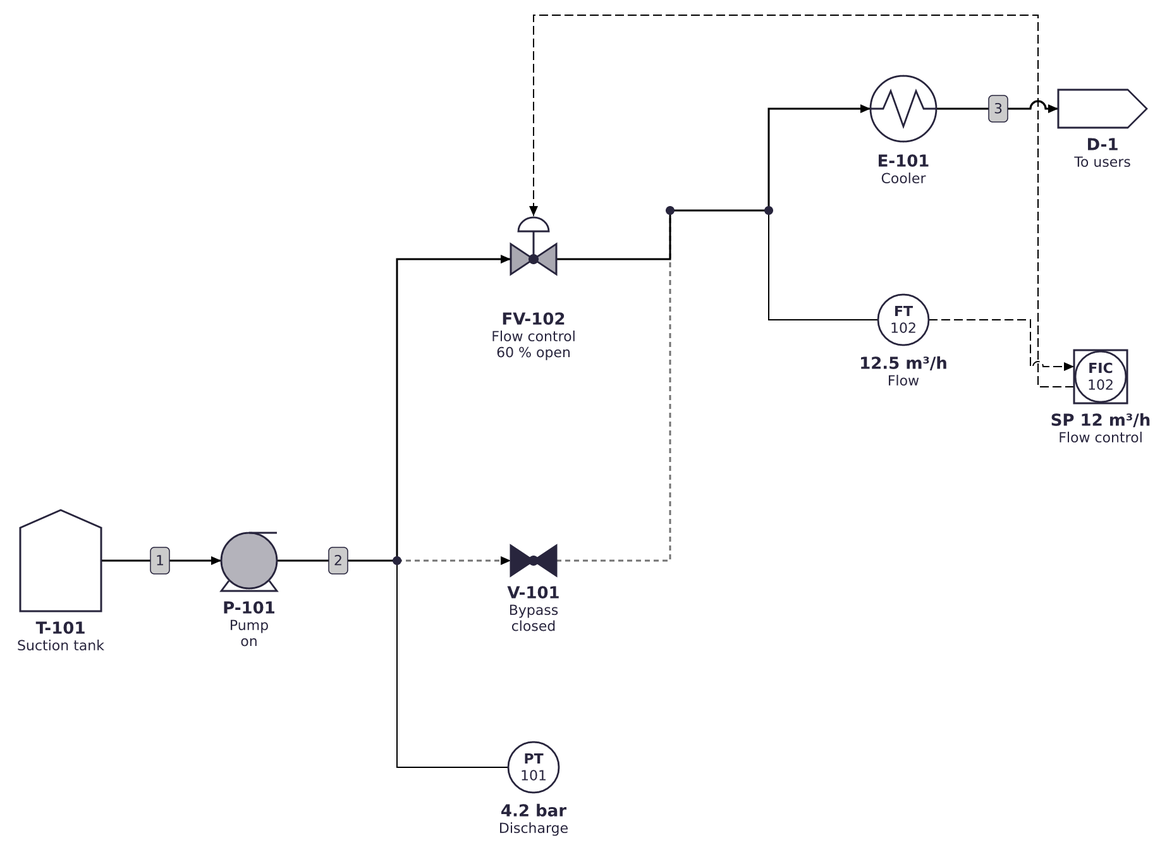
NdS-Research-Facilities/pid keeps this Mermaid diagram as docs/images/junctions.png. Above is the earlier version. Its source is kept beside it as examples/junctions.mmd. Source of this version:
```mermaid
pid LR
  title Pump bypass with pipe-mounted instruments
  T-101: tank "Suction tank"
  P-101: pump "Pump" = on
  J-1: tee
  J-2: tee
  J-3: tee
  V-101: valve globe "Bypass" = closed
  FV-102: valve globe "Flow control" = 60%
  E-101: exchanger "Cooler"
  D-1: product "To users"
  PT-101: instrument "Discharge" = 4.2 bar
  FT-102: instrument "Flow" = 12.5 m³/h
  FIC-102: instrument dcs "Flow control" = SP 12 m³/h

  T-101 -->|1| P-101 -->|2| J-1 --> FV-102 --> J-2 --> J-3 --> E-101 -->|3| D-1
  J-1 --> V-101 --> J-2

  J-1 --- PT-101
  J-3 --- FT-102
  FT-102 -.-> FIC-102 -.-> FV-102
```
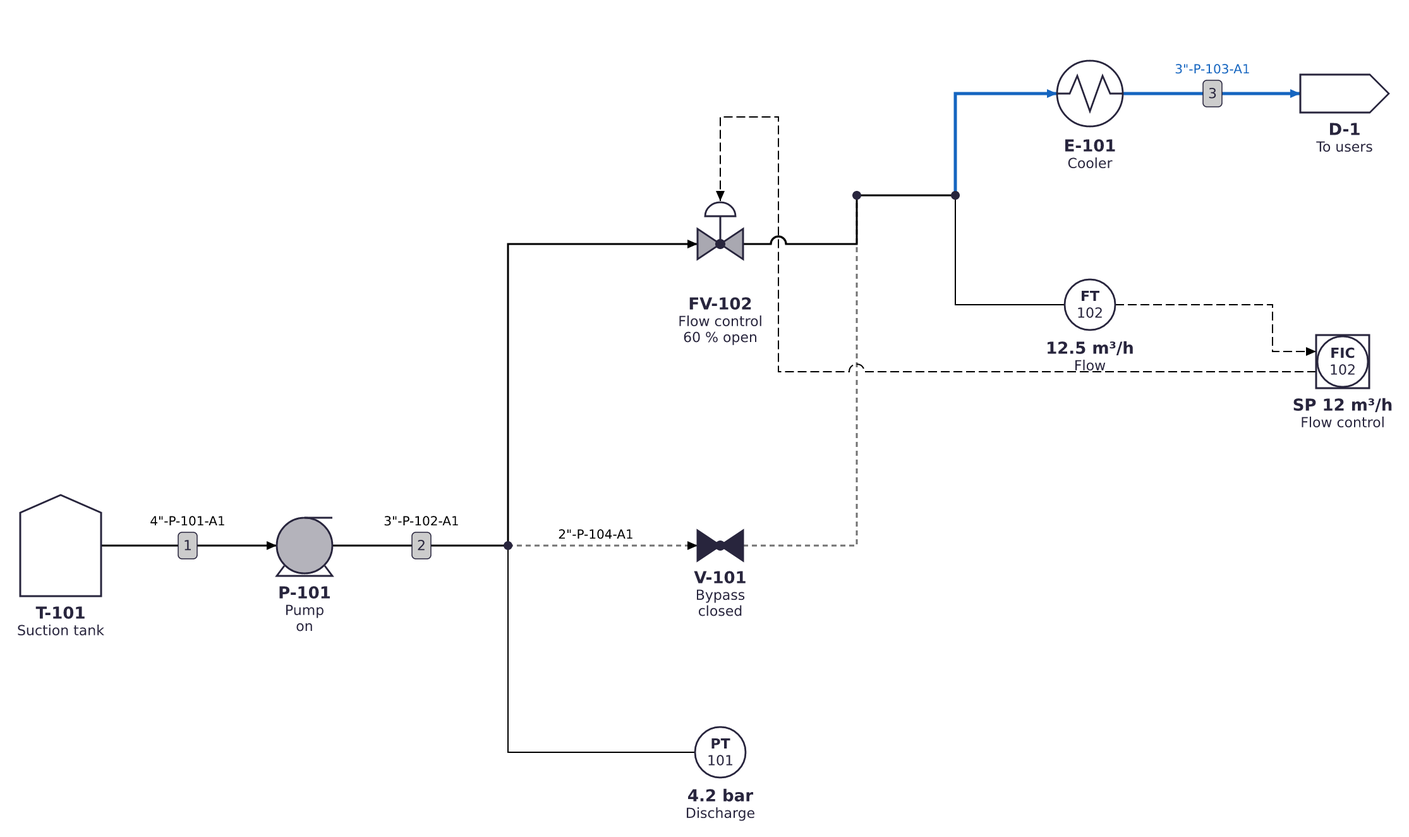
After the change.

Commit message:
Fix 3-way valve branch routing; add line numbers and linkStyle

Diff of the diagram source:
```diff
@@ -19,3 +19,9 @@
   J-1 --- PT-101
   J-3 --- FT-102
   FT-102 -.-> FIC-102 -.-> FV-102
+
+  pipe 1 4"-P-101-A1
+  pipe 2 3"-P-102-A1
+  pipe J-1>V-101 2"-P-104-A1
+  pipe 3 3"-P-103-A1
+  linkStyle 5,6 stroke:#1565c0,stroke-width:2.5px
```
